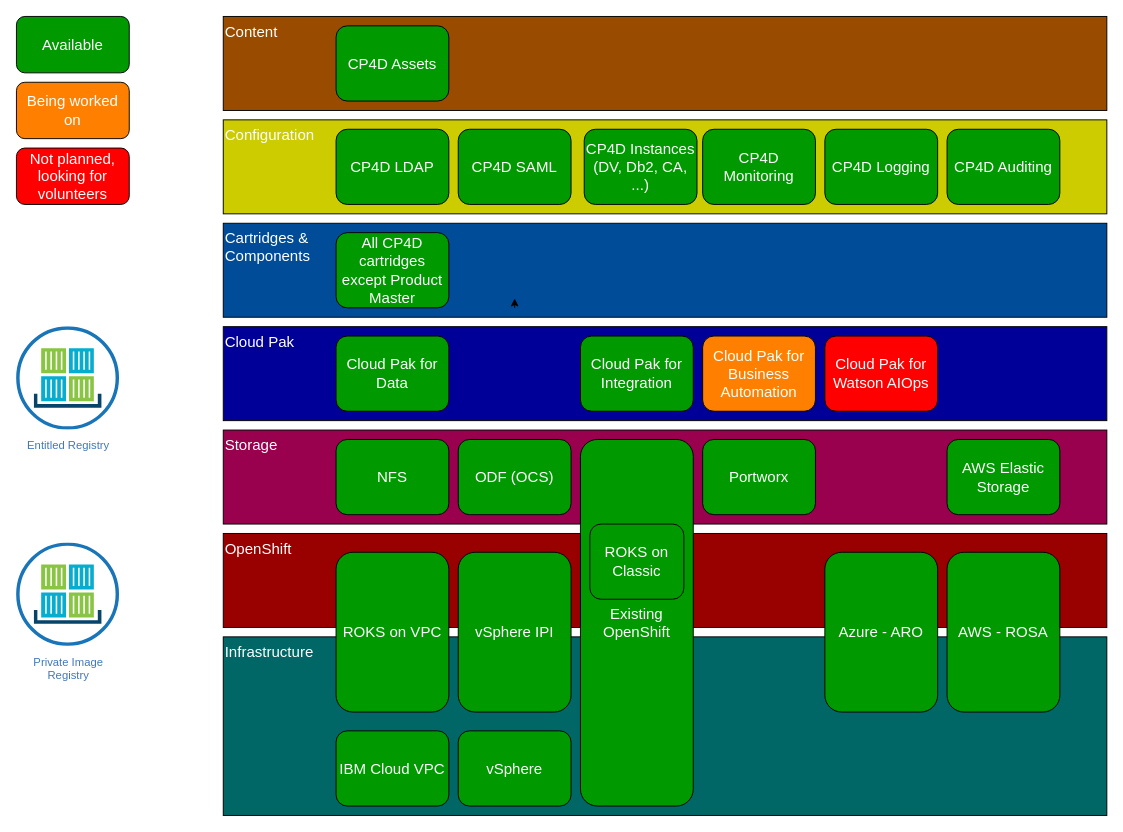
This is doc/src/pages/cp-deploy/overview/cp-deploy-current-state.drawio from IBM/cloud-pak-deployer, a draw.io file, before an edit. Source tidied: cells renumbered, new cells numbered last; positions are measured from the earlier drawing's top-left corner, leaving out a move shared by most shapes. Both pictures are drawn from the tidied source at 94%, with x=0, y=0 at pixel (16, 16).
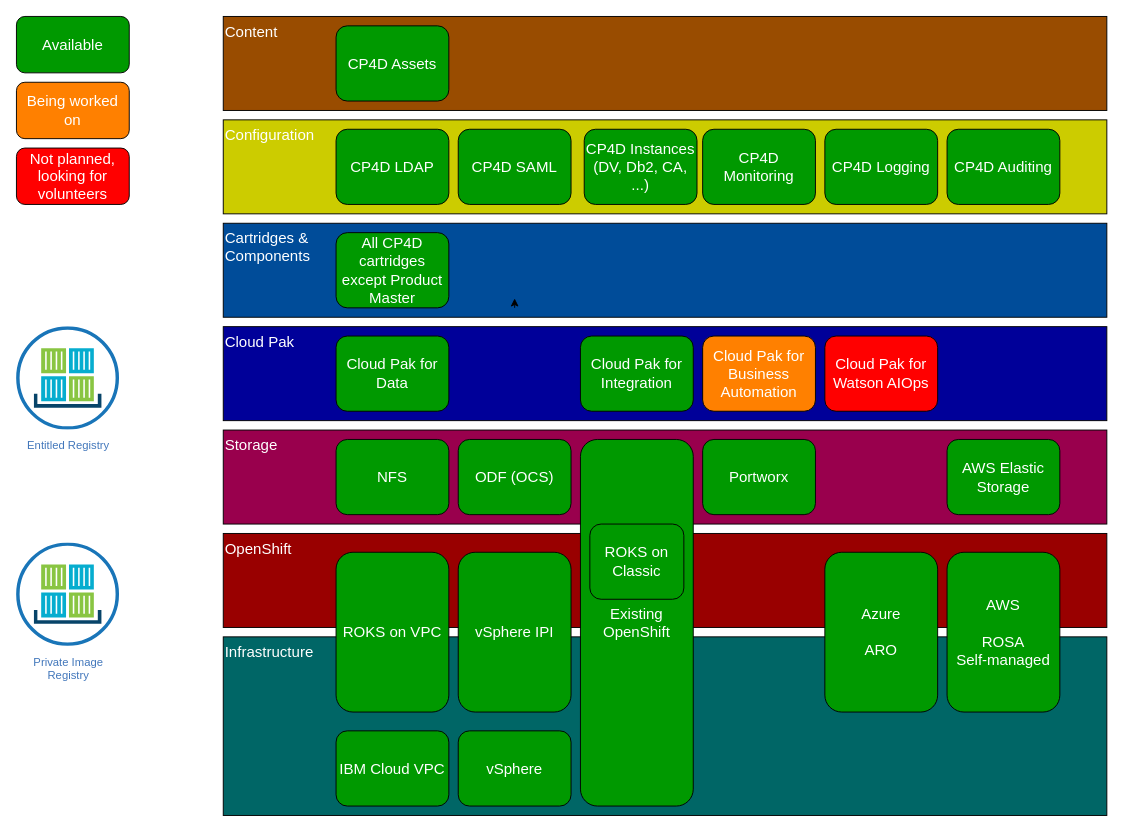
After the change.

Commit message (it also covers changes not shown here):
Add AWS self-managed to current state

What changed in the source:
```diff
@@
-    <mxCell id="21" value="Azure - ARO" style="rounded=1;whiteSpace=wrap;html=1;fontSize=16;fontColor=#FFFFFF;fillColor=#009900;align=center;verticalAlign=middle;" parent="19" vertex="1">
+    <mxCell id="21" value="Azure&lt;br&gt;&lt;br&gt;ARO" style="rounded=1;whiteSpace=wrap;html=1;fontSize=16;fontColor=#FFFFFF;fillColor=#009900;align=center;verticalAlign=middle;" parent="19" vertex="1">
       <mxGeometry x="860" y="570" width="120" height="170" as="geometry" />
     </mxCell>
-    <mxCell id="22" value="AWS - ROSA" style="rounded=1;whiteSpace=wrap;html=1;fontSize=16;fontColor=#FFFFFF;fillColor=#009900;align=center;verticalAlign=middle;" parent="19" vertex="1">
+    <mxCell id="22" value="AWS&lt;br&gt;&lt;br&gt;ROSA&lt;br&gt;Self-managed" style="rounded=1;whiteSpace=wrap;html=1;fontSize=16;fontColor=#FFFFFF;fillColor=#009900;align=center;verticalAlign=middle;" parent="19" vertex="1">
       <mxGeometry x="990" y="570" width="120" height="170" as="geometry" />
     </mxCell>
```
